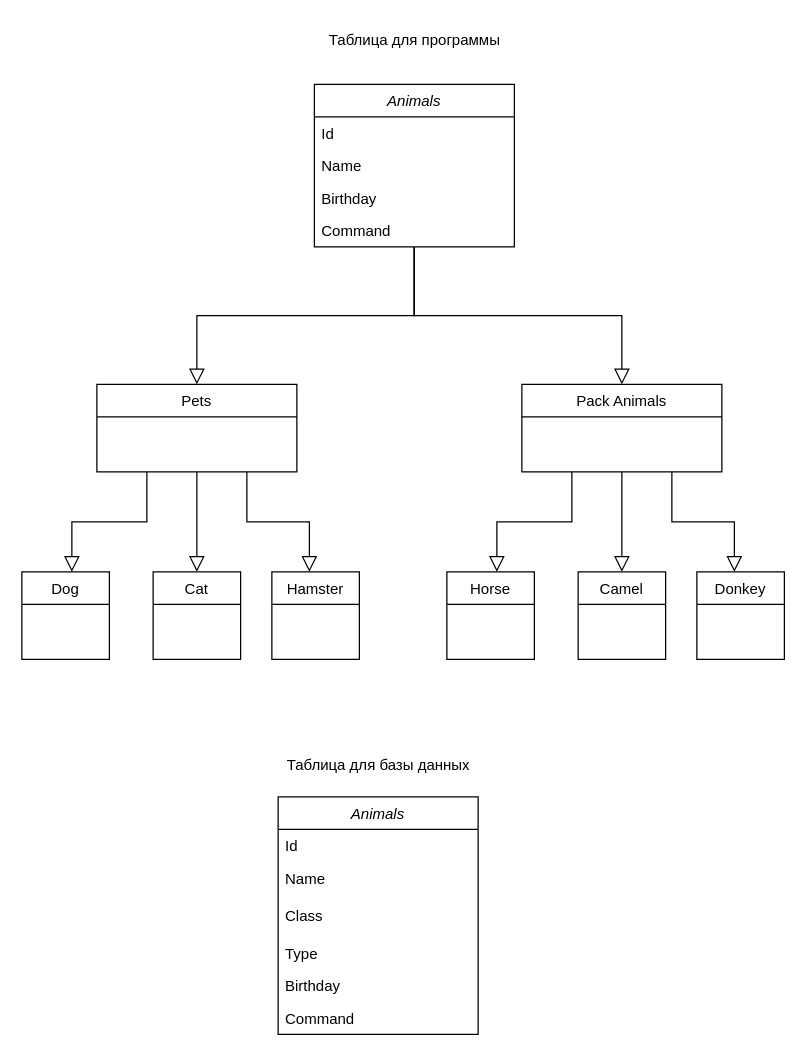
The draw.io diagram src/Диаграмма классов.drawio in SergeyEdalov/Result_control_work, before the edit. Source tidied: cells renumbered, new cells numbered last; positions are measured from the earlier drawing's top-left corner, leaving out a move shared by most shapes. Both pictures are drawn from the tidied source at 125%, with x=0, y=0 at pixel (21, 21).
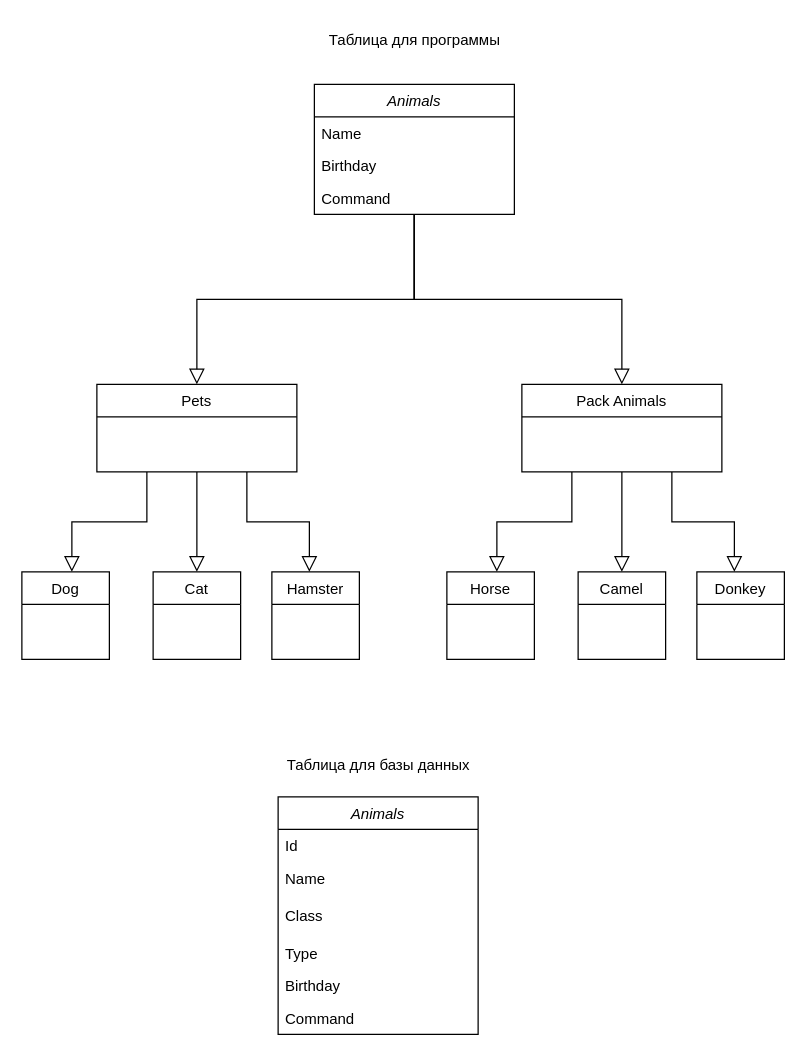
After the change.

Change to the diagram source:
```diff
@@
     <mxCell id="2" value="Animals" style="swimlane;fontStyle=2;align=center;verticalAlign=top;horizontal=1;startSize=26;rounded=0;shadow=0;strokeWidth=1;" parent="1" vertex="1">
-      <mxGeometry x="234" y="50" width="160" height="130" as="geometry" />
+      <mxGeometry x="234" y="50" width="160" height="104" as="geometry" />
     </mxCell>
-    <mxCell id="3" value="Id" style="text;align=left;verticalAlign=top;spacingLeft=4;spacingRight=4;overflow=hidden;" parent="2" vertex="1">
-      <mxGeometry y="26" width="160" height="26" as="geometry" />
-    </mxCell>
     <mxCell id="4" value="Name" style="text;align=left;verticalAlign=top;spacingLeft=4;spacingRight=4;overflow=hidden;" parent="2" vertex="1">
-      <mxGeometry y="52" width="160" height="26" as="geometry" />
+      <mxGeometry y="26" width="160" height="26" as="geometry" />
     </mxCell>
     <mxCell id="5" value="Birthday" style="text;align=left;verticalAlign=top;spacingLeft=4;spacingRight=4;overflow=hidden;rounded=0;shadow=0;html=0;" parent="2" vertex="1">
-      <mxGeometry y="78" width="160" height="26" as="geometry" />
+      <mxGeometry y="52" width="160" height="26" as="geometry" />
     </mxCell>
     <mxCell id="6" value="Command" style="text;align=left;verticalAlign=top;spacingLeft=4;spacingRight=4;overflow=hidden;points=[[0,0.5],[1,0.5]];portConstraint=eastwest;rounded=0;shadow=0;html=0;" parent="2" vertex="1">
-      <mxGeometry y="104" width="160" height="26" as="geometry" />
+      <mxGeometry y="78" width="160" height="26" as="geometry" />
     </mxCell>
```
